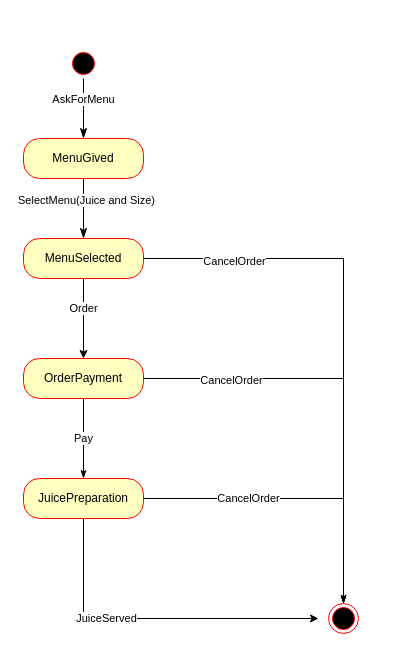
Before: page "States" (3 of 3) of Conception/Domaine.drawio in sokhnat/fipipn-02-info-1-exam, a draw.io diagram. Source tidied: cells renumbered, new cells numbered last; positions are measured from the earlier drawing's top-left corner, leaving out a move shared by most shapes. Both pictures are drawn from the tidied source at 100%, with x=0, y=0 at pixel (23, 48).
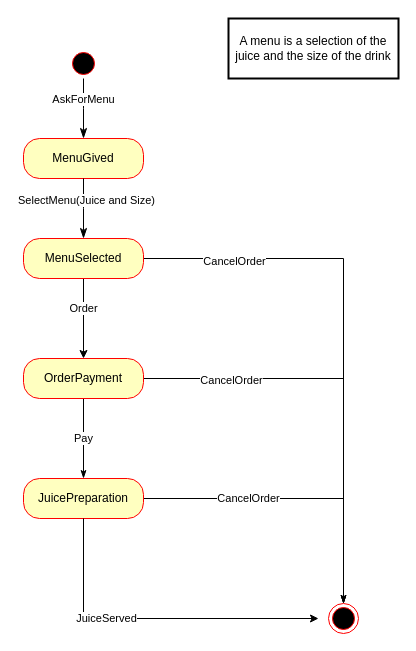
The same page after the edit.

Diff of the diagram source:
```diff
@@
+    <mxCell id="21" value="A menu is a selection of the juice and the size of the drink" style="rounded=0;whiteSpace=wrap;html=1;strokeColor=default;strokeWidth=2;fillColor=default;" parent="1" vertex="1">
+      <mxGeometry x="205" y="-30" width="170" height="60" as="geometry" />
+    </mxCell>
```
